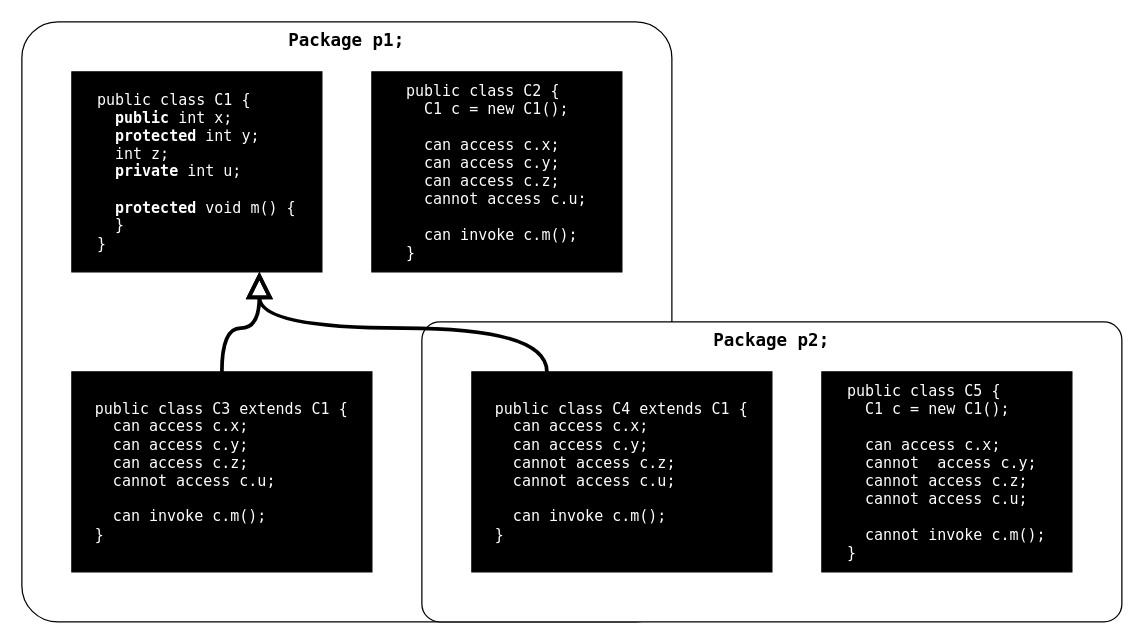
Before: CSC/161/W03/Visibility Modifiers - ch 11.drawio in PatrickMcDougle/ACC, a draw.io diagram. Source tidied: cells renumbered, new cells numbered last; positions are measured from the earlier drawing's top-left corner, leaving out a move shared by most shapes. Both pictures are drawn from the tidied source at 125%, with x=0, y=0 at pixel (21, 21).
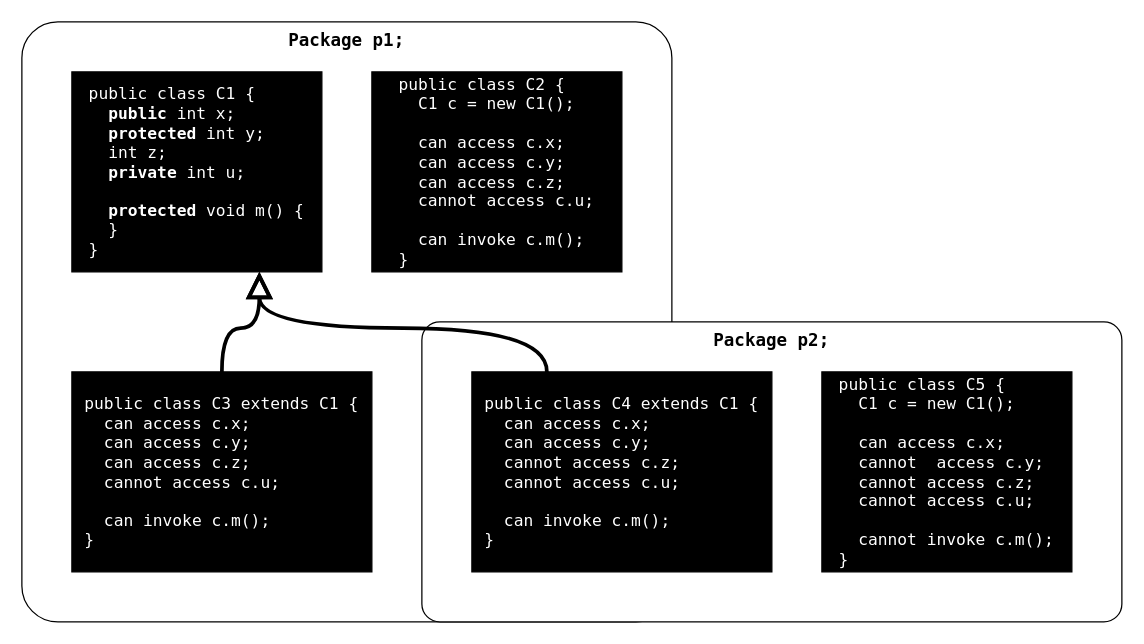
After the change.

The edit, as a diff of the source:
```diff
@@
 <mxGraphModel>
   <root>
     <mxCell id="0" />
     <mxCell id="1" parent="0" />
     <mxCell id="2" value="&lt;font face=&quot;Lucida Console&quot; style=&quot;font-size: 14px&quot;&gt;Package p1;&lt;/font&gt;" style="rounded=1;whiteSpace=wrap;html=1;align=center;imageVerticalAlign=middle;verticalAlign=top;glass=0;arcSize=6;fontSize=14;fontStyle=1;" parent="1" vertex="1">
       <mxGeometry width="520" height="480" as="geometry" />
     </mxCell>
     <mxCell id="3" value="&lt;font face=&quot;Lucida Console&quot; style=&quot;font-size: 14px&quot;&gt;Package p2;&lt;/font&gt;" style="rounded=1;whiteSpace=wrap;html=1;align=center;imageVerticalAlign=middle;verticalAlign=top;arcSize=6;fontSize=14;fontStyle=1;" parent="1" vertex="1">
       <mxGeometry x="320" y="240" width="560" height="240" as="geometry" />
     </mxCell>
-    <mxCell id="4" value="&lt;div style=&quot;text-align: left&quot;&gt;&lt;span&gt;public class C1 {&lt;/span&gt;&lt;/div&gt;&lt;div style=&quot;text-align: left&quot;&gt;&amp;nbsp; &lt;b&gt;public &lt;/b&gt;int x;&lt;/div&gt;&lt;div style=&quot;text-align: left&quot;&gt;&amp;nbsp; &lt;b&gt;protected &lt;/b&gt;int y;&lt;/div&gt;&lt;div style=&quot;text-align: left&quot;&gt;&amp;nbsp; int z;&lt;/div&gt;&lt;div style=&quot;text-align: left&quot;&gt;&amp;nbsp; &lt;b&gt;private &lt;/b&gt;int u;&lt;/div&gt;&lt;div style=&quot;text-align: left&quot;&gt;&lt;br&gt;&lt;/div&gt;&lt;div style=&quot;text-align: left&quot;&gt;&amp;nbsp; &lt;b&gt;protected &lt;/b&gt;void m() {&lt;/div&gt;&lt;div style=&quot;text-align: left&quot;&gt;&amp;nbsp; }&lt;/div&gt;&lt;div style=&quot;text-align: left&quot;&gt;&lt;span&gt;}&lt;/span&gt;&lt;/div&gt;" style="rounded=0;whiteSpace=wrap;html=1;fontFamily=Lucida Console;fontSize=12;fontColor=#FFFFFF;strokeColor=default;fillColor=#000000;" parent="1" vertex="1">
+    <mxCell id="4" value="&lt;div style=&quot;text-align: left ; font-size: 13px&quot;&gt;&lt;span style=&quot;font-size: 13px&quot;&gt;public class C1 {&lt;/span&gt;&lt;/div&gt;&lt;div style=&quot;text-align: left ; font-size: 13px&quot;&gt;&amp;nbsp; &lt;b style=&quot;font-size: 13px&quot;&gt;public &lt;/b&gt;int x;&lt;/div&gt;&lt;div style=&quot;text-align: left ; font-size: 13px&quot;&gt;&amp;nbsp; &lt;b style=&quot;font-size: 13px&quot;&gt;protected &lt;/b&gt;int y;&lt;/div&gt;&lt;div style=&quot;text-align: left ; font-size: 13px&quot;&gt;&amp;nbsp; int z;&lt;/div&gt;&lt;div style=&quot;text-align: left ; font-size: 13px&quot;&gt;&amp;nbsp; &lt;b style=&quot;font-size: 13px&quot;&gt;private &lt;/b&gt;int u;&lt;/div&gt;&lt;div style=&quot;text-align: left ; font-size: 13px&quot;&gt;&lt;span&gt;&lt;br&gt;&lt;/span&gt;&lt;/div&gt;&lt;div style=&quot;text-align: left ; font-size: 13px&quot;&gt;&lt;span&gt;&amp;nbsp;&amp;nbsp;&lt;/span&gt;&lt;b&gt;protected &lt;/b&gt;&lt;span&gt;void m() {&lt;/span&gt;&lt;br&gt;&lt;/div&gt;&lt;div style=&quot;text-align: left ; font-size: 13px&quot;&gt;&amp;nbsp; }&lt;/div&gt;&lt;div style=&quot;text-align: left ; font-size: 13px&quot;&gt;&lt;span style=&quot;font-size: 13px&quot;&gt;}&lt;/span&gt;&lt;/div&gt;" style="rounded=0;whiteSpace=wrap;html=1;fontFamily=Lucida Console;fontSize=13;fontColor=#FFFFFF;strokeColor=default;fillColor=#000000;" parent="1" vertex="1">
       <mxGeometry x="40" y="40" width="200" height="160" as="geometry" />
     </mxCell>
-    <mxCell id="5" value="&lt;div style=&quot;text-align: left&quot;&gt;&lt;span&gt;public class C2 {&lt;/span&gt;&lt;/div&gt;&lt;div style=&quot;text-align: left&quot;&gt;&lt;span&gt;&amp;nbsp; C1 c = new C1();&lt;/span&gt;&lt;/div&gt;&lt;div style=&quot;text-align: left&quot;&gt;&lt;span&gt;&lt;br&gt;&lt;/span&gt;&lt;/div&gt;&lt;div style=&quot;text-align: left&quot;&gt;&lt;span&gt;&amp;nbsp; can access c.x;&lt;/span&gt;&lt;/div&gt;&lt;div style=&quot;text-align: left&quot;&gt;&lt;span&gt;&amp;nbsp; can access c.y;&lt;/span&gt;&lt;/div&gt;&lt;div style=&quot;text-align: left&quot;&gt;&lt;span&gt;&amp;nbsp; can access c.z;&lt;/span&gt;&lt;/div&gt;&lt;div style=&quot;text-align: left&quot;&gt;&lt;span&gt;&amp;nbsp; cannot access c.u;&lt;/span&gt;&lt;/div&gt;&lt;div style=&quot;text-align: left&quot;&gt;&lt;span&gt;&lt;br&gt;&lt;/span&gt;&lt;/div&gt;&lt;div style=&quot;text-align: left&quot;&gt;&lt;span&gt;&amp;nbsp; can invoke c.m();&lt;/span&gt;&lt;/div&gt;&lt;div style=&quot;text-align: left&quot;&gt;&lt;span&gt;}&lt;/span&gt;&lt;/div&gt;" style="rounded=0;whiteSpace=wrap;html=1;fontFamily=Lucida Console;fontSize=12;fontColor=#FFFFFF;strokeColor=default;fillColor=#000000;" parent="1" vertex="1">
+    <mxCell id="5" value="&lt;div style=&quot;text-align: left; font-size: 13px;&quot;&gt;&lt;span style=&quot;font-size: 13px;&quot;&gt;public class C2 {&lt;/span&gt;&lt;/div&gt;&lt;div style=&quot;text-align: left; font-size: 13px;&quot;&gt;&lt;span style=&quot;font-size: 13px;&quot;&gt;&amp;nbsp; C1 c = new C1();&lt;/span&gt;&lt;/div&gt;&lt;div style=&quot;text-align: left; font-size: 13px;&quot;&gt;&lt;span style=&quot;font-size: 13px;&quot;&gt;&lt;br style=&quot;font-size: 13px;&quot;&gt;&lt;/span&gt;&lt;/div&gt;&lt;div style=&quot;text-align: left; font-size: 13px;&quot;&gt;&lt;span style=&quot;font-size: 13px;&quot;&gt;&amp;nbsp; can access c.x;&lt;/span&gt;&lt;/div&gt;&lt;div style=&quot;text-align: left; font-size: 13px;&quot;&gt;&lt;span style=&quot;font-size: 13px;&quot;&gt;&amp;nbsp; can access c.y;&lt;/span&gt;&lt;/div&gt;&lt;div style=&quot;text-align: left; font-size: 13px;&quot;&gt;&lt;span style=&quot;font-size: 13px;&quot;&gt;&amp;nbsp; can access c.z;&lt;/span&gt;&lt;/div&gt;&lt;div style=&quot;text-align: left; font-size: 13px;&quot;&gt;&lt;span style=&quot;font-size: 13px;&quot;&gt;&amp;nbsp; cannot access c.u;&lt;/span&gt;&lt;/div&gt;&lt;div style=&quot;text-align: left; font-size: 13px;&quot;&gt;&lt;span style=&quot;font-size: 13px;&quot;&gt;&lt;br style=&quot;font-size: 13px;&quot;&gt;&lt;/span&gt;&lt;/div&gt;&lt;div style=&quot;text-align: left; font-size: 13px;&quot;&gt;&lt;span style=&quot;font-size: 13px;&quot;&gt;&amp;nbsp; can invoke c.m();&lt;/span&gt;&lt;/div&gt;&lt;div style=&quot;text-align: left; font-size: 13px;&quot;&gt;&lt;span style=&quot;font-size: 13px;&quot;&gt;}&lt;/span&gt;&lt;/div&gt;" style="rounded=0;whiteSpace=wrap;html=1;fontFamily=Lucida Console;fontSize=13;fontColor=#FFFFFF;strokeColor=default;fillColor=#000000;" parent="1" vertex="1">
       <mxGeometry x="280" y="40" width="200" height="160" as="geometry" />
     </mxCell>
     <mxCell id="6" style="edgeStyle=orthogonalEdgeStyle;curved=1;rounded=0;jettySize=auto;html=1;exitX=0.5;exitY=0;exitDx=0;exitDy=0;entryX=0.75;entryY=1;entryDx=0;entryDy=0;fontFamily=Lucida Console;fontSize=12;fontColor=#FFFFFF;endArrow=block;endFill=0;endSize=14;fontStyle=0;strokeWidth=3;" parent="1" edge="1" source="7" target="4">
       <mxGeometry relative="1" as="geometry" />
     </mxCell>
-    <mxCell id="7" value="&lt;div style=&quot;text-align: left&quot;&gt;&lt;span&gt;public class C3 extends C1 {&lt;/span&gt;&lt;/div&gt;&lt;div style=&quot;text-align: left&quot;&gt;&lt;span&gt;&amp;nbsp;&amp;nbsp;&lt;/span&gt;&lt;span&gt;can access c.x;&lt;/span&gt;&lt;/div&gt;&lt;div style=&quot;text-align: left&quot;&gt;&lt;span&gt;&amp;nbsp; can access c.y;&lt;/span&gt;&lt;/div&gt;&lt;div style=&quot;text-align: left&quot;&gt;&lt;span&gt;&amp;nbsp; can access c.z;&lt;/span&gt;&lt;/div&gt;&lt;div style=&quot;text-align: left&quot;&gt;&lt;span&gt;&amp;nbsp; cannot access c.u;&lt;/span&gt;&lt;/div&gt;&lt;div style=&quot;text-align: left&quot;&gt;&lt;span&gt;&lt;br&gt;&lt;/span&gt;&lt;/div&gt;&lt;div style=&quot;text-align: left&quot;&gt;&lt;span&gt;&amp;nbsp; can invoke c.m();&lt;/span&gt;&lt;/div&gt;&lt;div style=&quot;text-align: left&quot;&gt;&lt;span&gt;}&lt;/span&gt;&lt;/div&gt;" style="rounded=0;whiteSpace=wrap;html=1;fontFamily=Lucida Console;fontSize=12;fontColor=#FFFFFF;strokeColor=default;fillColor=#000000;" parent="1" vertex="1">
+    <mxCell id="7" value="&lt;div style=&quot;text-align: left; font-size: 13px;&quot;&gt;&lt;span style=&quot;font-size: 13px;&quot;&gt;public class C3 extends C1 {&lt;/span&gt;&lt;/div&gt;&lt;div style=&quot;text-align: left; font-size: 13px;&quot;&gt;&lt;span style=&quot;font-size: 13px;&quot;&gt;&amp;nbsp;&amp;nbsp;&lt;/span&gt;&lt;span style=&quot;font-size: 13px;&quot;&gt;can access c.x;&lt;/span&gt;&lt;/div&gt;&lt;div style=&quot;text-align: left; font-size: 13px;&quot;&gt;&lt;span style=&quot;font-size: 13px;&quot;&gt;&amp;nbsp; can access c.y;&lt;/span&gt;&lt;/div&gt;&lt;div style=&quot;text-align: left; font-size: 13px;&quot;&gt;&lt;span style=&quot;font-size: 13px;&quot;&gt;&amp;nbsp; can access c.z;&lt;/span&gt;&lt;/div&gt;&lt;div style=&quot;text-align: left; font-size: 13px;&quot;&gt;&lt;span style=&quot;font-size: 13px;&quot;&gt;&amp;nbsp; cannot access c.u;&lt;/span&gt;&lt;/div&gt;&lt;div style=&quot;text-align: left; font-size: 13px;&quot;&gt;&lt;span style=&quot;font-size: 13px;&quot;&gt;&lt;br style=&quot;font-size: 13px;&quot;&gt;&lt;/span&gt;&lt;/div&gt;&lt;div style=&quot;text-align: left; font-size: 13px;&quot;&gt;&lt;span style=&quot;font-size: 13px;&quot;&gt;&amp;nbsp; can invoke c.m();&lt;/span&gt;&lt;/div&gt;&lt;div style=&quot;text-align: left; font-size: 13px;&quot;&gt;&lt;span style=&quot;font-size: 13px;&quot;&gt;}&lt;/span&gt;&lt;/div&gt;" style="rounded=0;whiteSpace=wrap;html=1;fontFamily=Lucida Console;fontSize=13;fontColor=#FFFFFF;strokeColor=default;fillColor=#000000;" parent="1" vertex="1">
       <mxGeometry x="40" y="280" width="240" height="160" as="geometry" />
     </mxCell>
-    <mxCell id="8" value="&lt;div style=&quot;text-align: left&quot;&gt;&lt;span&gt;public class C4 extends C1 {&lt;/span&gt;&lt;/div&gt;&lt;div style=&quot;text-align: left&quot;&gt;&lt;span&gt;&amp;nbsp;&amp;nbsp;&lt;/span&gt;&lt;span&gt;can access c.x;&lt;/span&gt;&lt;/div&gt;&lt;div style=&quot;text-align: left&quot;&gt;&lt;span&gt;&amp;nbsp; can access c.y;&lt;/span&gt;&lt;/div&gt;&lt;div style=&quot;text-align: left&quot;&gt;&lt;span&gt;&amp;nbsp;&amp;nbsp;&lt;/span&gt;cannot&amp;nbsp;&lt;span&gt;access c.z;&lt;/span&gt;&lt;/div&gt;&lt;div style=&quot;text-align: left&quot;&gt;&lt;span&gt;&amp;nbsp; cannot access c.u;&lt;/span&gt;&lt;/div&gt;&lt;div style=&quot;text-align: left&quot;&gt;&lt;span&gt;&lt;br&gt;&lt;/span&gt;&lt;/div&gt;&lt;div style=&quot;text-align: left&quot;&gt;&lt;span&gt;&amp;nbsp; can invoke c.m();&lt;/span&gt;&lt;/div&gt;&lt;div style=&quot;text-align: left&quot;&gt;&lt;span&gt;}&lt;/span&gt;&lt;/div&gt;" style="rounded=0;whiteSpace=wrap;html=1;fontFamily=Lucida Console;fontSize=12;fontColor=#FFFFFF;strokeColor=default;fillColor=#000000;" parent="1" vertex="1">
+    <mxCell id="8" value="&lt;div style=&quot;text-align: left; font-size: 13px;&quot;&gt;&lt;span style=&quot;font-size: 13px;&quot;&gt;public class C4 extends C1 {&lt;/span&gt;&lt;/div&gt;&lt;div style=&quot;text-align: left; font-size: 13px;&quot;&gt;&lt;span style=&quot;font-size: 13px;&quot;&gt;&amp;nbsp;&amp;nbsp;&lt;/span&gt;&lt;span style=&quot;font-size: 13px;&quot;&gt;can access c.x;&lt;/span&gt;&lt;/div&gt;&lt;div style=&quot;text-align: left; font-size: 13px;&quot;&gt;&lt;span style=&quot;font-size: 13px;&quot;&gt;&amp;nbsp; can access c.y;&lt;/span&gt;&lt;/div&gt;&lt;div style=&quot;text-align: left; font-size: 13px;&quot;&gt;&lt;span style=&quot;font-size: 13px;&quot;&gt;&amp;nbsp;&amp;nbsp;&lt;/span&gt;cannot&amp;nbsp;&lt;span style=&quot;font-size: 13px;&quot;&gt;access c.z;&lt;/span&gt;&lt;/div&gt;&lt;div style=&quot;text-align: left; font-size: 13px;&quot;&gt;&lt;span style=&quot;font-size: 13px;&quot;&gt;&amp;nbsp; cannot access c.u;&lt;/span&gt;&lt;/div&gt;&lt;div style=&quot;text-align: left; font-size: 13px;&quot;&gt;&lt;span style=&quot;font-size: 13px;&quot;&gt;&lt;br style=&quot;font-size: 13px;&quot;&gt;&lt;/span&gt;&lt;/div&gt;&lt;div style=&quot;text-align: left; font-size: 13px;&quot;&gt;&lt;span style=&quot;font-size: 13px;&quot;&gt;&amp;nbsp; can invoke c.m();&lt;/span&gt;&lt;/div&gt;&lt;div style=&quot;text-align: left; font-size: 13px;&quot;&gt;&lt;span style=&quot;font-size: 13px;&quot;&gt;}&lt;/span&gt;&lt;/div&gt;" style="rounded=0;whiteSpace=wrap;html=1;fontFamily=Lucida Console;fontSize=13;fontColor=#FFFFFF;strokeColor=default;fillColor=#000000;" parent="1" vertex="1">
       <mxGeometry x="360" y="280" width="240" height="160" as="geometry" />
     </mxCell>
-    <mxCell id="9" value="&lt;div style=&quot;text-align: left&quot;&gt;&lt;span&gt;public class C5 {&lt;/span&gt;&lt;/div&gt;&lt;div style=&quot;text-align: left&quot;&gt;&lt;span&gt;&amp;nbsp; C1 c = new C1();&lt;/span&gt;&lt;/div&gt;&lt;div style=&quot;text-align: left&quot;&gt;&lt;span&gt;&lt;br&gt;&lt;/span&gt;&lt;/div&gt;&lt;div style=&quot;text-align: left&quot;&gt;&lt;span&gt;&amp;nbsp; can access c.x;&lt;/span&gt;&lt;/div&gt;&lt;div style=&quot;text-align: left&quot;&gt;&lt;span&gt;&amp;nbsp;&amp;nbsp;&lt;/span&gt;cannot&amp;nbsp;&lt;span&gt;&amp;nbsp;access c.y;&lt;/span&gt;&lt;/div&gt;&lt;div style=&quot;text-align: left&quot;&gt;&lt;span&gt;&amp;nbsp;&amp;nbsp;&lt;/span&gt;cannot&amp;nbsp;&lt;span&gt;access c.z;&lt;/span&gt;&lt;/div&gt;&lt;div style=&quot;text-align: left&quot;&gt;&lt;span&gt;&amp;nbsp; cannot access c.u;&lt;/span&gt;&lt;/div&gt;&lt;div style=&quot;text-align: left&quot;&gt;&lt;span&gt;&lt;br&gt;&lt;/span&gt;&lt;/div&gt;&lt;div style=&quot;text-align: left&quot;&gt;&lt;span&gt;&amp;nbsp;&amp;nbsp;&lt;/span&gt;cannot&amp;nbsp;&lt;span&gt;invoke c.m();&lt;/span&gt;&lt;/div&gt;&lt;div style=&quot;text-align: left&quot;&gt;&lt;span&gt;}&lt;/span&gt;&lt;/div&gt;" style="rounded=0;whiteSpace=wrap;html=1;fontFamily=Lucida Console;fontSize=12;fontColor=#FFFFFF;strokeColor=default;fillColor=#000000;" parent="1" vertex="1">
+    <mxCell id="9" value="&lt;div style=&quot;text-align: left; font-size: 13px;&quot;&gt;&lt;span style=&quot;font-size: 13px;&quot;&gt;public class C5 {&lt;/span&gt;&lt;/div&gt;&lt;div style=&quot;text-align: left; font-size: 13px;&quot;&gt;&lt;span style=&quot;font-size: 13px;&quot;&gt;&amp;nbsp; C1 c = new C1();&lt;/span&gt;&lt;/div&gt;&lt;div style=&quot;text-align: left; font-size: 13px;&quot;&gt;&lt;span style=&quot;font-size: 13px;&quot;&gt;&lt;br style=&quot;font-size: 13px;&quot;&gt;&lt;/span&gt;&lt;/div&gt;&lt;div style=&quot;text-align: left; font-size: 13px;&quot;&gt;&lt;span style=&quot;font-size: 13px;&quot;&gt;&amp;nbsp; can access c.x;&lt;/span&gt;&lt;/div&gt;&lt;div style=&quot;text-align: left; font-size: 13px;&quot;&gt;&lt;span style=&quot;font-size: 13px;&quot;&gt;&amp;nbsp;&amp;nbsp;&lt;/span&gt;cannot&amp;nbsp;&lt;span style=&quot;font-size: 13px;&quot;&gt;&amp;nbsp;access c.y;&lt;/span&gt;&lt;/div&gt;&lt;div style=&quot;text-align: left; font-size: 13px;&quot;&gt;&lt;span style=&quot;font-size: 13px;&quot;&gt;&amp;nbsp;&amp;nbsp;&lt;/span&gt;cannot&amp;nbsp;&lt;span style=&quot;font-size: 13px;&quot;&gt;access c.z;&lt;/span&gt;&lt;/div&gt;&lt;div style=&quot;text-align: left; font-size: 13px;&quot;&gt;&lt;span style=&quot;font-size: 13px;&quot;&gt;&amp;nbsp; cannot access c.u;&lt;/span&gt;&lt;/div&gt;&lt;div style=&quot;text-align: left; font-size: 13px;&quot;&gt;&lt;span style=&quot;font-size: 13px;&quot;&gt;&lt;br style=&quot;font-size: 13px;&quot;&gt;&lt;/span&gt;&lt;/div&gt;&lt;div style=&quot;text-align: left; font-size: 13px;&quot;&gt;&lt;span style=&quot;font-size: 13px;&quot;&gt;&amp;nbsp;&amp;nbsp;&lt;/span&gt;cannot&amp;nbsp;&lt;span style=&quot;font-size: 13px;&quot;&gt;invoke c.m();&lt;/span&gt;&lt;/div&gt;&lt;div style=&quot;text-align: left; font-size: 13px;&quot;&gt;&lt;span style=&quot;font-size: 13px;&quot;&gt;}&lt;/span&gt;&lt;/div&gt;" style="rounded=0;whiteSpace=wrap;html=1;fontFamily=Lucida Console;fontSize=13;fontColor=#FFFFFF;strokeColor=default;fillColor=#000000;" parent="1" vertex="1">
       <mxGeometry x="640" y="280" width="200" height="160" as="geometry" />
     </mxCell>
     <mxCell id="10" style="edgeStyle=orthogonalEdgeStyle;curved=1;rounded=0;jettySize=auto;html=1;exitX=0.25;exitY=0;exitDx=0;exitDy=0;entryX=0.75;entryY=1;entryDx=0;entryDy=0;fontFamily=Lucida Console;fontSize=12;fontColor=#FFFFFF;endArrow=block;endFill=0;endSize=14;fontStyle=0;strokeWidth=3;" parent="1" edge="1" source="8" target="4">
       <mxGeometry relative="1" as="geometry" />
     </mxCell>
   </root>
 </mxGraphModel>
```
